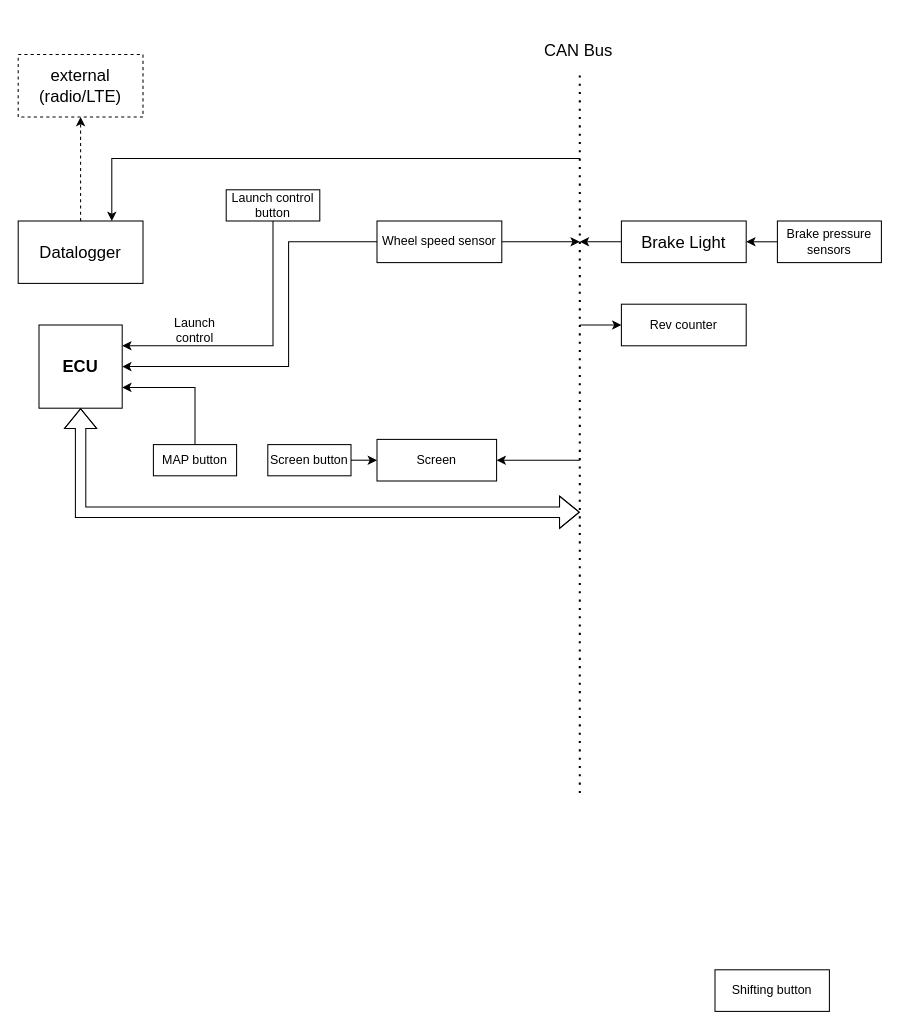
This is IC22 Electronics.drawio from ugracing/documents, a draw.io file, before an edit. Source tidied: cells renumbered, new cells numbered last; positions are measured from the earlier drawing's top-left corner, leaving out a move shared by most shapes. Both pictures are drawn from the tidied source at 104%, with x=0, y=0 at pixel (18, 33).
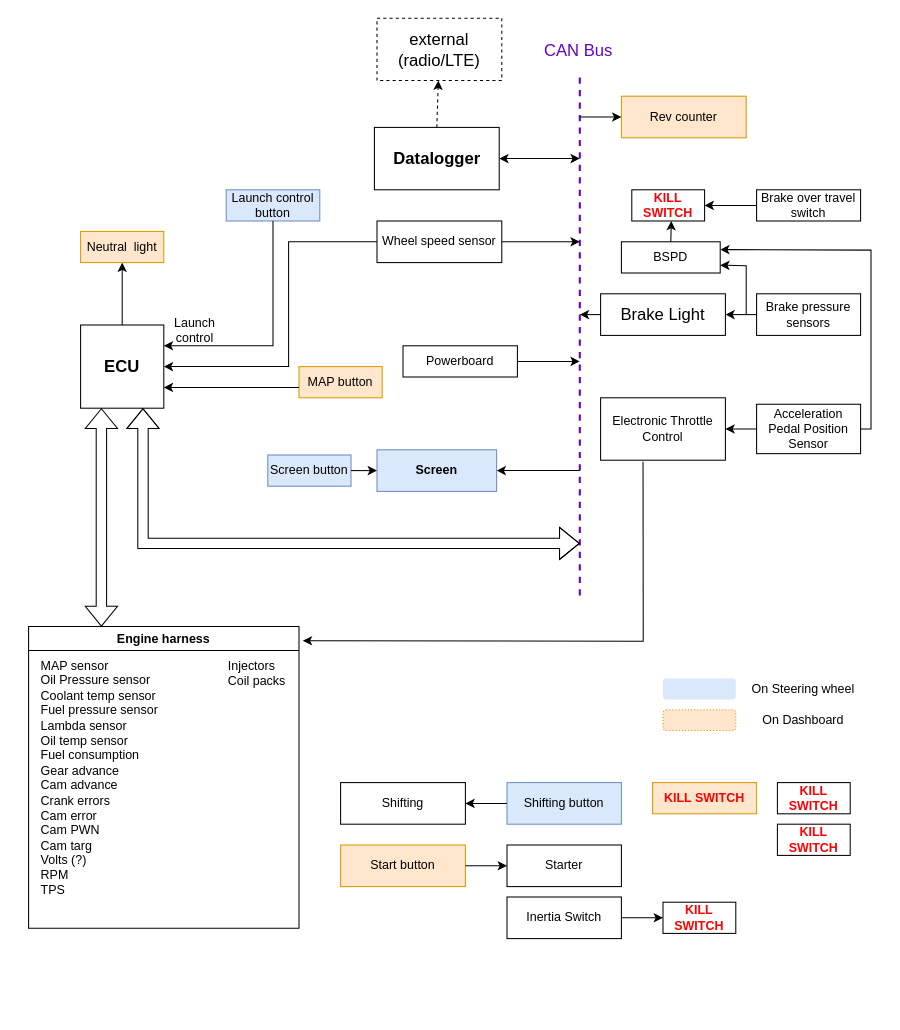
The same page after the edit.

What changed in the source:
```diff
@@
     <mxCell id="2" value="ECU" style="whiteSpace=wrap;html=1;fontSize=16;fontStyle=1;" parent="1" vertex="1">
-      <mxGeometry x="20" y="280" width="80" height="80" as="geometry" />
+      <mxGeometry x="60" y="280" width="80" height="80" as="geometry" />
     </mxCell>
-    <mxCell id="3" value="Datalogger" style="rounded=0;whiteSpace=wrap;html=1;fontSize=16;" parent="1" vertex="1">
-      <mxGeometry y="180" width="120" height="60" as="geometry" />
+    <mxCell id="3" value="&lt;b&gt;Datalogger&lt;/b&gt;" style="rounded=0;whiteSpace=wrap;html=1;fontSize=16;" parent="1" vertex="1">
+      <mxGeometry x="342.5" y="90" width="120" height="60" as="geometry" />
     </mxCell>
@@
     <mxCell id="5" value="external (radio/LTE)" style="rounded=0;whiteSpace=wrap;html=1;fontSize=16;dashed=1;" parent="1" vertex="1">
-      <mxGeometry y="20" width="120" height="60" as="geometry" />
+      <mxGeometry x="345" y="-15" width="120" height="60" as="geometry" />
     </mxCell>
-    <mxCell id="6" style="endArrow=none;dashed=1;html=1;dashPattern=1 3;strokeWidth=2;rounded=0;fontSize=16;" parent="1" edge="1">
+    <mxCell id="6" style="endArrow=none;dashed=1;html=1;strokeWidth=2;rounded=0;fontSize=16;strokeColor=#6600CC;" parent="1" edge="1">
       <mxGeometry relative="1" as="geometry">
-        <mxPoint x="540" y="730" as="sourcePoint" />
+        <mxPoint x="540" y="540" as="sourcePoint" />
         <mxPoint x="540" y="40" as="targetPoint" />
       </mxGeometry>
     </mxCell>
-    <mxCell id="7" value="CAN Bus" style="text;strokeColor=none;fillColor=none;align=left;verticalAlign=middle;spacingLeft=4;spacingRight=4;overflow=hidden;dashed=1;fontSize=16;" parent="1" vertex="1">
+    <mxCell id="7" value="CAN Bus" style="text;strokeColor=none;fillColor=none;align=left;verticalAlign=middle;spacingLeft=4;spacingRight=4;overflow=hidden;dashed=1;fontSize=16;fontColor=#6600CC;" parent="1" vertex="1">
       <mxGeometry x="500" width="80" height="30" as="geometry" />
     </mxCell>
     <mxCell id="8" value="Brake Light" style="rounded=0;whiteSpace=wrap;html=1;fontSize=16;" parent="1" vertex="1">
-      <mxGeometry x="580" y="180" width="120" height="40" as="geometry" />
+      <mxGeometry x="560" y="250" width="120" height="40" as="geometry" />
     </mxCell>
     <mxCell id="9" style="endArrow=classic;html=1;rounded=0;fontSize=16;exitX=0;exitY=0.5;exitDx=0;exitDy=0;" parent="1" edge="1" source="8">
       <mxGeometry relative="1" as="geometry">
-        <mxPoint x="540" y="200" as="targetPoint" />
+        <mxPoint x="540" y="270" as="targetPoint" />
       </mxGeometry>
     </mxCell>
-    <mxCell id="10" style="shape=flexArrow;endArrow=classic;startArrow=classic;html=1;rounded=0;fontSize=16;entryX=0.5;entryY=1;entryDx=0;entryDy=0;" parent="1" edge="1" target="2">
+    <mxCell id="10" style="shape=flexArrow;endArrow=classic;startArrow=classic;html=1;rounded=0;fontSize=16;entryX=0.75;entryY=1;entryDx=0;entryDy=0;" parent="1" edge="1" target="2">
       <mxGeometry relative="1" as="geometry">
-        <mxPoint x="540" y="460" as="sourcePoint" />
+        <mxPoint x="540" y="490" as="sourcePoint" />
         <Array as="points">
-          <mxPoint x="60" y="460" />
+          <mxPoint x="120" y="490" />
         </Array>
       </mxGeometry>
     </mxCell>
     <mxCell id="11" value="Brake pressure sensors" style="rounded=0;whiteSpace=wrap;html=1;fontSize=12;" parent="1" vertex="1">
-      <mxGeometry x="730" y="180" width="100" height="40" as="geometry" />
+      <mxGeometry x="710" y="250" width="100" height="40" as="geometry" />
     </mxCell>
@@
-    <mxCell id="13" value="Rev counter" style="rounded=0;whiteSpace=wrap;html=1;fontSize=12;" parent="1" vertex="1">
-      <mxGeometry x="580" y="260" width="120" height="40" as="geometry" />
+    <mxCell id="13" value="Rev counter" style="rounded=0;whiteSpace=wrap;html=1;fontSize=12;fillColor=#ffe6cc;strokeColor=#d79b00;" parent="1" vertex="1">
+      <mxGeometry x="580" y="60" width="120" height="40" as="geometry" />
     </mxCell>
     <mxCell id="14" style="endArrow=classic;html=1;rounded=0;fontSize=12;entryX=0;entryY=0.5;entryDx=0;entryDy=0;" parent="1" edge="1" target="13">
       <mxGeometry relative="1" as="geometry">
-        <mxPoint x="540" y="280" as="sourcePoint" />
+        <mxPoint x="540" y="80" as="sourcePoint" />
       </mxGeometry>
     </mxCell>
@@
-    <mxCell id="19" value="Launch control button" style="rounded=0;whiteSpace=wrap;html=1;fontSize=12;" parent="1" vertex="1">
+    <mxCell id="19" value="Launch control button" style="rounded=0;whiteSpace=wrap;html=1;fontSize=12;fillColor=#dae8fc;strokeColor=#6c8ebf;" parent="1" vertex="1">
       <mxGeometry x="200" y="150" width="90" height="30" as="geometry" />
     </mxCell>
@@
-    <mxCell id="21" value="Screen" style="rounded=0;whiteSpace=wrap;html=1;fontSize=12;" parent="1" vertex="1">
-      <mxGeometry x="345" y="390" width="115" height="40" as="geometry" />
+    <mxCell id="21" value="&lt;b&gt;Screen&lt;/b&gt;" style="rounded=0;whiteSpace=wrap;html=1;fontSize=12;fillColor=#dae8fc;strokeColor=#6c8ebf;" parent="1" vertex="1">
+      <mxGeometry x="345" y="400" width="115" height="40" as="geometry" />
     </mxCell>
     <mxCell id="22" style="endArrow=classic;html=1;rounded=0;fontSize=12;entryX=1;entryY=0.5;entryDx=0;entryDy=0;" parent="1" edge="1" target="21">
       <mxGeometry relative="1" as="geometry">
-        <mxPoint x="540" y="410" as="sourcePoint" />
+        <mxPoint x="540" y="420" as="sourcePoint" />
       </mxGeometry>
     </mxCell>
-    <mxCell id="23" value="Screen button" style="rounded=0;whiteSpace=wrap;html=1;fontSize=12;" parent="1" vertex="1">
-      <mxGeometry x="240" y="395" width="80" height="30" as="geometry" />
+    <mxCell id="23" value="Screen button" style="rounded=0;whiteSpace=wrap;html=1;fontSize=12;fillColor=#dae8fc;strokeColor=#6c8ebf;" parent="1" vertex="1">
+      <mxGeometry x="240" y="405" width="80" height="30" as="geometry" />
     </mxCell>
@@
-    <mxCell id="25" value="MAP button" style="rounded=0;whiteSpace=wrap;html=1;fontSize=12;" parent="1" vertex="1">
-      <mxGeometry x="130" y="395" width="80" height="30" as="geometry" />
+    <mxCell id="25" value="MAP button" style="rounded=0;whiteSpace=wrap;html=1;fontSize=12;fillColor=#ffe6cc;strokeColor=#d79b00;" parent="1" vertex="1">
+      <mxGeometry x="270" y="320" width="80" height="30" as="geometry" />
     </mxCell>
-    <mxCell id="26" style="endArrow=classic;html=1;rounded=0;fontSize=12;exitX=0.5;exitY=0;exitDx=0;exitDy=0;entryX=1;entryY=0.75;entryDx=0;entryDy=0;" parent="1" edge="1" source="25" target="2">
+    <mxCell id="26" style="endArrow=classic;html=1;rounded=0;fontSize=12;entryX=1;entryY=0.75;entryDx=0;entryDy=0;" parent="1" edge="1" target="2">
       <mxGeometry relative="1" as="geometry">
+        <mxPoint x="270" y="340" as="sourcePoint" />
         <Array as="points">
+          <mxPoint x="230" y="340" />
           <mxPoint x="170" y="340" />
         </Array>
       </mxGeometry>
     </mxCell>
-    <mxCell id="27" style="endArrow=classic;html=1;rounded=0;fontSize=12;entryX=0.75;entryY=0;entryDx=0;entryDy=0;" parent="1" edge="1" target="3">
-      <mxGeometry relative="1" as="geometry">
-        <mxPoint x="540" y="120" as="sourcePoint" />
-        <Array as="points">
-          <mxPoint x="90" y="120" />
-        </Array>
-      </mxGeometry>
-    </mxCell>
-    <mxCell id="28" value="Shifting button" style="rounded=0;whiteSpace=wrap;html=1;fontSize=12;" parent="1" vertex="1">
-      <mxGeometry x="670" y="900" width="110" height="40" as="geometry" />
+    <mxCell id="28" value="Shifting button" style="rounded=0;whiteSpace=wrap;html=1;fontSize=12;fillColor=#dae8fc;strokeColor=#6c8ebf;" parent="1" vertex="1">
+      <mxGeometry x="470" y="720" width="110" height="40" as="geometry" />
     </mxCell>
+    <mxCell id="29" value="Shifting" style="rounded=0;whiteSpace=wrap;html=1;fontSize=12;" parent="1" vertex="1">
+      <mxGeometry x="310" y="720" width="120" height="40" as="geometry" />
+    </mxCell>
+    <mxCell id="30" style="endArrow=classic;html=1;rounded=0;fontSize=12;exitX=0;exitY=0.5;exitDx=0;exitDy=0;entryX=1;entryY=0.5;entryDx=0;entryDy=0;" parent="1" edge="1" source="28" target="29">
+      <mxGeometry relative="1" as="geometry" />
+    </mxCell>
+    <mxCell id="31" value="Start button" style="rounded=0;whiteSpace=wrap;html=1;fontSize=12;fillColor=#ffe6cc;strokeColor=#d79b00;" parent="1" vertex="1">
+      <mxGeometry x="310" y="780" width="120" height="40" as="geometry" />
+    </mxCell>
+    <mxCell id="32" value="Starter" style="rounded=0;whiteSpace=wrap;html=1;fontSize=12;" parent="1" vertex="1">
+      <mxGeometry x="470" y="780" width="110" height="40" as="geometry" />
+    </mxCell>
+    <mxCell id="33" style="endArrow=classic;html=1;rounded=0;fontSize=12;exitX=1;exitY=0.5;exitDx=0;exitDy=0;entryX=0;entryY=0.5;entryDx=0;entryDy=0;" parent="1" edge="1" source="31" target="32">
+      <mxGeometry relative="1" as="geometry" />
+    </mxCell>
+    <mxCell id="34" style="shape=flexArrow;endArrow=classic;startArrow=classic;html=1;rounded=0;fontSize=12;entryX=0.25;entryY=1;entryDx=0;entryDy=0;" parent="1" edge="1" target="2">
+      <mxGeometry relative="1" as="geometry">
+        <mxPoint x="80" y="570" as="sourcePoint" />
+      </mxGeometry>
+    </mxCell>
+    <mxCell id="35" value="Engine harness" style="swimlane;fontSize=12;" parent="1" vertex="1">
+      <mxGeometry x="10" y="570" width="260" height="290" as="geometry" />
+    </mxCell>
+    <mxCell id="36" value="&lt;div align=&quot;left&quot;&gt;MAP sensor&lt;/div&gt;&lt;div align=&quot;left&quot;&gt;Oil Pressure sensor&lt;/div&gt;&lt;div align=&quot;left&quot;&gt;Coolant temp sensor&lt;/div&gt;&lt;div align=&quot;left&quot;&gt;Fuel pressure sensor&lt;/div&gt;&lt;div align=&quot;left&quot;&gt;Lambda sensor&lt;/div&gt;&lt;div align=&quot;left&quot;&gt;Oil temp sensor&lt;/div&gt;&lt;div align=&quot;left&quot;&gt;Fuel consumption&lt;/div&gt;&lt;div align=&quot;left&quot;&gt;Gear advance&lt;/div&gt;&lt;div align=&quot;left&quot;&gt;Cam advance&lt;/div&gt;&lt;div align=&quot;left&quot;&gt;Crank errors&lt;/div&gt;&lt;div align=&quot;left&quot;&gt;Cam error&lt;/div&gt;&lt;div align=&quot;left&quot;&gt;Cam PWN&lt;/div&gt;&lt;div align=&quot;left&quot;&gt;Cam targ&lt;/div&gt;&lt;div align=&quot;left&quot;&gt;Volts (?)&lt;/div&gt;&lt;div align=&quot;left&quot;&gt;RPM&lt;/div&gt;&lt;div align=&quot;left&quot;&gt;TPS&lt;/div&gt;&lt;br&gt;&lt;div align=&quot;left&quot;&gt;&lt;br&gt;&lt;/div&gt;" style="text;html=1;align=left;verticalAlign=middle;strokeColor=none;fillColor=none;fontSize=12;" parent="35" vertex="1">
+      <mxGeometry x="10" y="30" width="130" height="260" as="geometry" />
+    </mxCell>
+    <mxCell id="37" value="&lt;div&gt;Injectors&lt;/div&gt;&lt;div&gt;Coil packs&lt;br&gt;&lt;/div&gt;" style="text;html=1;strokeColor=none;fillColor=none;align=left;verticalAlign=middle;whiteSpace=wrap;rounded=0;fontSize=12;" parent="35" vertex="1">
+      <mxGeometry x="190" y="30" width="60" height="30" as="geometry" />
+    </mxCell>
+    <mxCell id="38" style="rounded=1;whiteSpace=wrap;html=1;fontSize=12;align=left;dashed=1;dashPattern=1 2;fillColor=#dae8fc;strokeColor=none;" parent="1" vertex="1">
+      <mxGeometry x="620" y="620" width="70" height="20" as="geometry" />
+    </mxCell>
+    <mxCell id="39" value="On Steering wheel" style="text;html=1;strokeColor=none;fillColor=none;align=center;verticalAlign=middle;whiteSpace=wrap;rounded=0;dashed=1;dashPattern=1 2;fontSize=12;" parent="1" vertex="1">
+      <mxGeometry x="700" y="620" width="110" height="20" as="geometry" />
+    </mxCell>
+    <mxCell id="40" style="rounded=1;whiteSpace=wrap;html=1;fontSize=12;align=left;dashed=1;dashPattern=1 2;fillColor=#ffe6cc;strokeColor=#d79b00;" parent="1" vertex="1">
+      <mxGeometry x="620" y="650" width="70" height="20" as="geometry" />
+    </mxCell>
+    <mxCell id="41" value="&lt;div&gt;On Dashboard&lt;/div&gt;" style="text;html=1;strokeColor=none;fillColor=none;align=center;verticalAlign=middle;whiteSpace=wrap;rounded=0;dashed=1;dashPattern=1 2;fontSize=12;" parent="1" vertex="1">
+      <mxGeometry x="700" y="650" width="110" height="20" as="geometry" />
+    </mxCell>
+    <mxCell id="42" value="Powerboard" style="rounded=0;whiteSpace=wrap;html=1;fontSize=12;align=center;" parent="1" vertex="1">
+      <mxGeometry x="370" y="300" width="110" height="30" as="geometry" />
+    </mxCell>
+    <mxCell id="43" style="endArrow=classic;html=1;rounded=0;fontSize=12;exitX=1;exitY=0.5;exitDx=0;exitDy=0;" parent="1" edge="1" source="42">
+      <mxGeometry relative="1" as="geometry">
+        <mxPoint x="540" y="315" as="targetPoint" />
+      </mxGeometry>
+    </mxCell>
+    <mxCell id="44" style="endArrow=classic;startArrow=classic;html=1;rounded=0;fontSize=12;exitX=1;exitY=0.5;exitDx=0;exitDy=0;" parent="1" edge="1" source="3">
+      <mxGeometry relative="1" as="geometry">
+        <mxPoint x="540" y="120" as="targetPoint" />
+      </mxGeometry>
+    </mxCell>
+    <mxCell id="45" value="Brake over travel switch" style="rounded=0;whiteSpace=wrap;html=1;fontSize=12;align=center;" parent="1" vertex="1">
+      <mxGeometry x="710" y="150" width="100" height="30" as="geometry" />
+    </mxCell>
+    <mxCell id="46" value="BSPD" style="rounded=0;whiteSpace=wrap;html=1;fontSize=12;align=center;" parent="1" vertex="1">
+      <mxGeometry x="580" y="200" width="95" height="30" as="geometry" />
+    </mxCell>
+    <mxCell id="47" style="endArrow=classic;html=1;rounded=0;fontSize=12;exitX=0;exitY=0.5;exitDx=0;exitDy=0;entryX=1;entryY=0.5;entryDx=0;entryDy=0;" parent="1" edge="1" source="45" target="49">
+      <mxGeometry relative="1" as="geometry" />
+    </mxCell>
+    <mxCell id="48" style="endArrow=classic;html=1;rounded=0;fontSize=12;entryX=1;entryY=0.75;entryDx=0;entryDy=0;" parent="1" edge="1" target="46">
+      <mxGeometry relative="1" as="geometry">
+        <mxPoint x="700" y="270" as="sourcePoint" />
+        <Array as="points">
+          <mxPoint x="700" y="223" />
+        </Array>
+      </mxGeometry>
+    </mxCell>
+    <mxCell id="49" value="KILL SWITCH" style="rounded=0;whiteSpace=wrap;html=1;fontSize=12;align=center;fontColor=#FF0000;fontStyle=1;" parent="1" vertex="1">
+      <mxGeometry x="590" y="150" width="70" height="30" as="geometry" />
+    </mxCell>
+    <mxCell id="50" style="endArrow=classic;html=1;rounded=0;fontSize=12;exitX=0.5;exitY=0;exitDx=0;exitDy=0;" parent="1" edge="1" source="46">
+      <mxGeometry relative="1" as="geometry">
+        <mxPoint x="628" y="180" as="targetPoint" />
+      </mxGeometry>
+    </mxCell>
+    <mxCell id="51" value="KILL SWITCH" style="rounded=0;whiteSpace=wrap;html=1;fontSize=12;align=center;fontStyle=1;fillColor=#ffe6cc;strokeColor=#d79b00;fontColor=#FF0000;" parent="1" vertex="1">
+      <mxGeometry x="610" y="720" width="100" height="30" as="geometry" />
+    </mxCell>
+    <mxCell id="52" value="KILL SWITCH" style="rounded=0;whiteSpace=wrap;html=1;fontSize=12;align=center;fontColor=#FF0000;fontStyle=1;" parent="1" vertex="1">
+      <mxGeometry x="730" y="720" width="70" height="30" as="geometry" />
+    </mxCell>
+    <mxCell id="53" value="KILL SWITCH" style="rounded=0;whiteSpace=wrap;html=1;fontSize=12;align=center;fontColor=#FF0000;fontStyle=1;" parent="1" vertex="1">
+      <mxGeometry x="730" y="760" width="70" height="30" as="geometry" />
+    </mxCell>
+    <mxCell id="54" value="Acceleration Pedal Position Sensor" style="rounded=0;whiteSpace=wrap;html=1;fontSize=12;align=center;" parent="1" vertex="1">
+      <mxGeometry x="710" y="356.2" width="100" height="47.5" as="geometry" />
+    </mxCell>
+    <mxCell id="55" value="Electronic Throttle Control" style="rounded=0;whiteSpace=wrap;html=1;fontSize=12;align=center;" parent="1" vertex="1">
+      <mxGeometry x="560" y="350" width="120" height="60" as="geometry" />
+    </mxCell>
+    <mxCell id="56" style="endArrow=classic;html=1;rounded=0;fontSize=12;fontColor=#6600CC;strokeColor=#000000;exitX=0;exitY=0.5;exitDx=0;exitDy=0;entryX=1;entryY=0.5;entryDx=0;entryDy=0;" parent="1" edge="1" source="54" target="55">
+      <mxGeometry relative="1" as="geometry" />
+    </mxCell>
+    <mxCell id="57" style="endArrow=classic;html=1;rounded=0;fontSize=12;fontColor=#6600CC;strokeColor=#000000;exitX=0.34;exitY=1.023;exitDx=0;exitDy=0;exitPerimeter=0;entryX=1.014;entryY=0.047;entryDx=0;entryDy=0;entryPerimeter=0;" parent="1" edge="1" source="55" target="35">
+      <mxGeometry relative="1" as="geometry">
+        <Array as="points">
+          <mxPoint x="601" y="584" />
+        </Array>
+      </mxGeometry>
+    </mxCell>
+    <mxCell id="58" style="endArrow=classic;html=1;rounded=0;fontSize=12;fontColor=#6600CC;strokeColor=#000000;exitX=1;exitY=0.5;exitDx=0;exitDy=0;entryX=1;entryY=0.25;entryDx=0;entryDy=0;" parent="1" edge="1" source="54" target="46">
+      <mxGeometry relative="1" as="geometry">
+        <Array as="points">
+          <mxPoint x="820" y="380" />
+          <mxPoint x="820" y="208" />
+        </Array>
+      </mxGeometry>
+    </mxCell>
+    <mxCell id="59" value="Inertia Switch" style="rounded=0;whiteSpace=wrap;html=1;fontSize=12;fontColor=#000000;strokeColor=#000000;fillColor=#FFFFFF;align=center;" parent="1" vertex="1">
+      <mxGeometry x="470" y="830" width="110" height="40" as="geometry" />
+    </mxCell>
+    <mxCell id="60" style="endArrow=classic;html=1;rounded=0;fontSize=12;fontColor=#000000;strokeColor=#000000;exitX=1;exitY=0.5;exitDx=0;exitDy=0;" parent="1" edge="1" source="59">
+      <mxGeometry relative="1" as="geometry">
+        <mxPoint x="620" y="850" as="targetPoint" />
+      </mxGeometry>
+    </mxCell>
+    <mxCell id="61" value="KILL SWITCH" style="rounded=0;whiteSpace=wrap;html=1;fontSize=12;align=center;fontColor=#FF0000;fontStyle=1;" parent="1" vertex="1">
+      <mxGeometry x="620" y="835" width="70" height="30" as="geometry" />
+    </mxCell>
+    <mxCell id="62" style="endArrow=classic;html=1;rounded=0;fontSize=12;fontColor=#000000;strokeColor=#000000;exitX=0.5;exitY=0;exitDx=0;exitDy=0;" parent="1" edge="1" source="2">
+      <mxGeometry relative="1" as="geometry">
+        <mxPoint x="100" y="220" as="targetPoint" />
+      </mxGeometry>
+    </mxCell>
+    <mxCell id="63" value="Neutral&amp;nbsp; light" style="rounded=0;whiteSpace=wrap;html=1;fontSize=12;strokeColor=#d79b00;fillColor=#ffe6cc;align=center;" parent="1" vertex="1">
+      <mxGeometry x="60" y="190" width="80" height="30" as="geometry" />
+    </mxCell>
```
